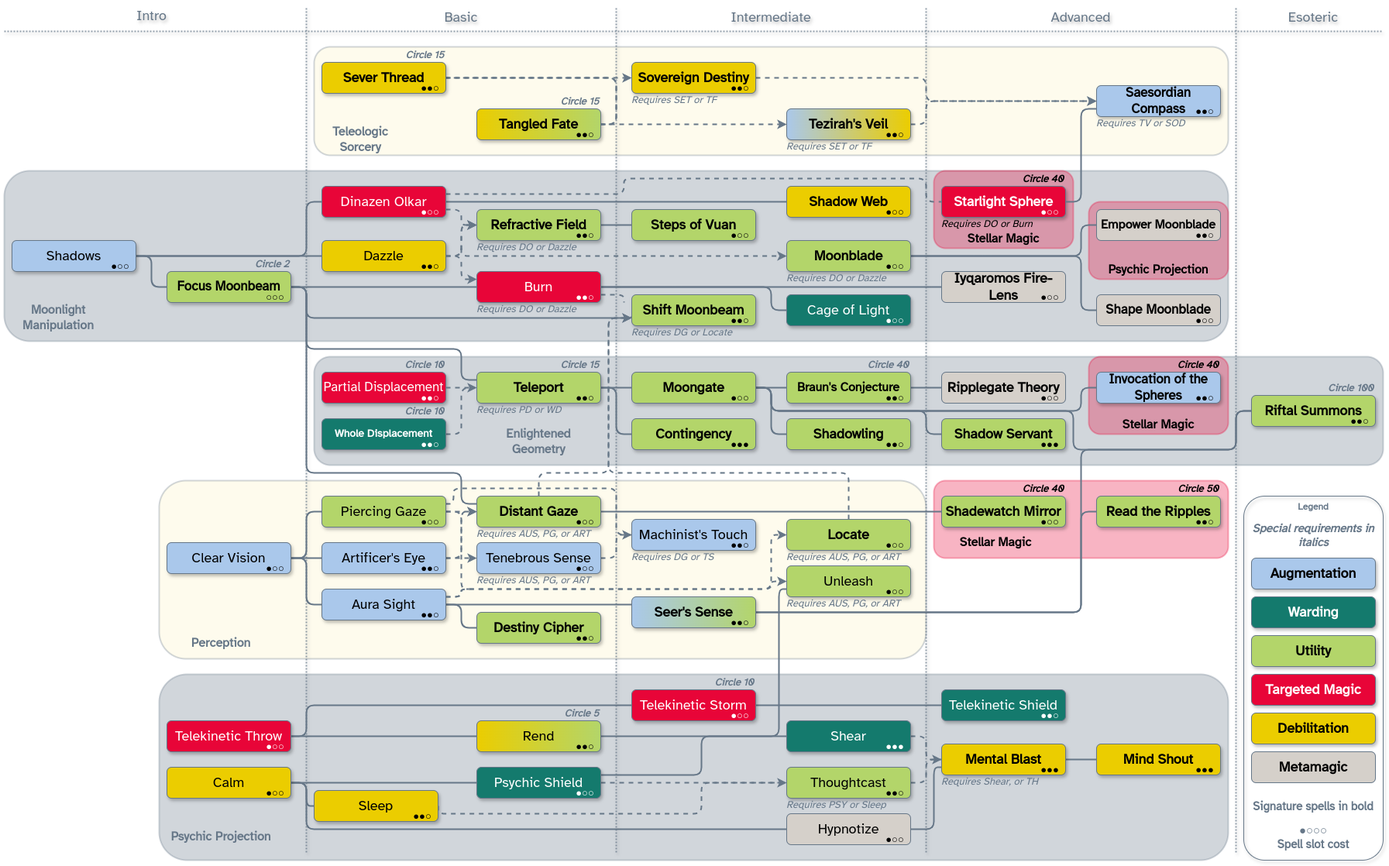
This is Moon Mage/Moon_Mage.png from MahtraDR/dr-spell-trees, a draw.io export, as it was before one commit. Source tidied: cells renumbered, new cells last; positions are measured from the earlier drawing's top-left corner, leaving out a move shared by most shapes.
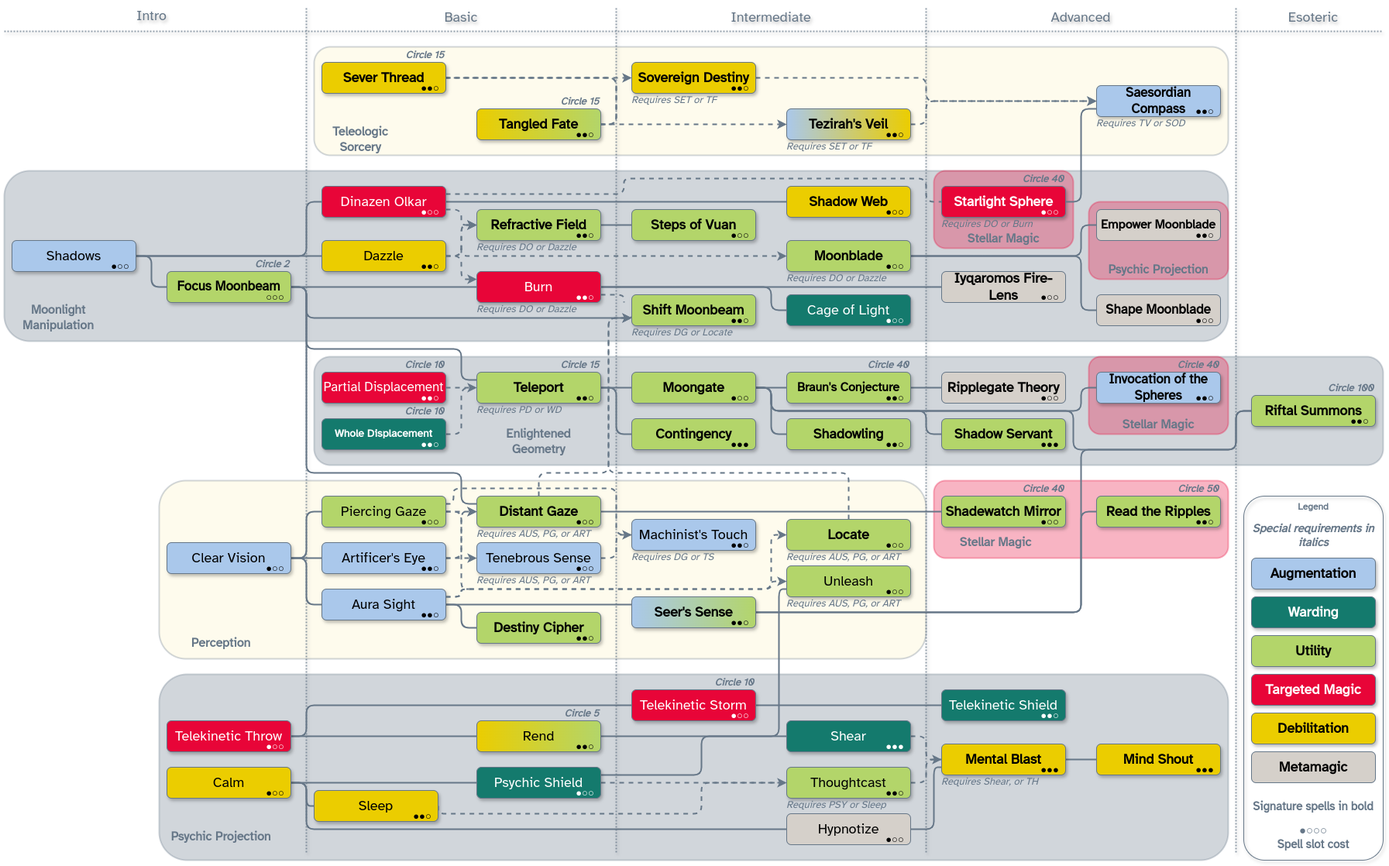
Later version of the same file.

The edit, as a diff of the source:
```diff
@@ -891,16 +891,16 @@
     <mxCell id="223" value="Circle 15" style="text;align=right;verticalAlign=bottom;strokeColor=none;fillColor=none;fontFamily=Atkinson Hyperlegible;fontSize=13;fontColor=#667788;labelBackgroundColor=none;fontStyle=3;fontSource=https%3A%2F%2Ffonts.googleapis.com%2Fcss%3Ffamily%3DAtkinson%2BHyperlegible;" parent="221" vertex="1">
       <mxGeometry x="700" y="110" width="70" height="30" as="geometry" />
     </mxCell>
-    <mxCell id="224" value="Circle 40" style="text;align=right;verticalAlign=bottom;strokeColor=none;fillColor=none;fontFamily=Atkinson Hyperlegible;fontSize=13;fontColor=#000000;labelBackgroundColor=none;fontStyle=3;fontSource=https%3A%2F%2Ffonts.googleapis.com%2Fcss%3Ffamily%3DAtkinson%2BHyperlegible;" parent="221" vertex="1">
+    <mxCell id="224" value="Circle 40" style="text;align=right;verticalAlign=bottom;strokeColor=none;fillColor=none;fontFamily=Atkinson Hyperlegible;fontSize=13;fontColor=#667788;labelBackgroundColor=none;fontStyle=3;fontSource=https%3A%2F%2Ffonts.googleapis.com%2Fcss%3Ffamily%3DAtkinson%2BHyperlegible;" parent="221" vertex="1">
       <mxGeometry x="1290" y="210" width="80" height="30" as="geometry" />
     </mxCell>
-    <mxCell id="225" value="Circle 40" style="text;align=right;verticalAlign=bottom;strokeColor=none;fillColor=none;fontFamily=Atkinson Hyperlegible;fontSize=13;fontColor=#000000;labelBackgroundColor=none;fontStyle=3;fontSource=https%3A%2F%2Ffonts.googleapis.com%2Fcss%3Ffamily%3DAtkinson%2BHyperlegible;" parent="221" vertex="1">
+    <mxCell id="225" value="Circle 40" style="text;align=right;verticalAlign=bottom;strokeColor=none;fillColor=none;fontFamily=Atkinson Hyperlegible;fontSize=13;fontColor=#667788;labelBackgroundColor=none;fontStyle=3;fontSource=https%3A%2F%2Ffonts.googleapis.com%2Fcss%3Ffamily%3DAtkinson%2BHyperlegible;" parent="221" vertex="1">
       <mxGeometry x="1490" y="450" width="80" height="30" as="geometry" />
     </mxCell>
-    <mxCell id="226" value="Circle 40" style="text;align=right;verticalAlign=bottom;strokeColor=none;fillColor=none;fontFamily=Atkinson Hyperlegible;fontSize=13;fontColor=#000000;labelBackgroundColor=none;fontStyle=3;fontSource=https%3A%2F%2Ffonts.googleapis.com%2Fcss%3Ffamily%3DAtkinson%2BHyperlegible;" parent="221" vertex="1">
+    <mxCell id="226" value="Circle 40" style="text;align=right;verticalAlign=bottom;strokeColor=none;fillColor=none;fontFamily=Atkinson Hyperlegible;fontSize=13;fontColor=#667788;labelBackgroundColor=none;fontStyle=3;fontSource=https%3A%2F%2Ffonts.googleapis.com%2Fcss%3Ffamily%3DAtkinson%2BHyperlegible;" parent="221" vertex="1">
       <mxGeometry x="1290" y="610" width="80" height="30" as="geometry" />
     </mxCell>
-    <mxCell id="227" value="Circle 50" style="text;align=right;verticalAlign=bottom;strokeColor=none;fillColor=none;fontFamily=Atkinson Hyperlegible;fontSize=13;fontColor=#000000;labelBackgroundColor=none;fontStyle=3;fontSource=https%3A%2F%2Ffonts.googleapis.com%2Fcss%3Ffamily%3DAtkinson%2BHyperlegible;" parent="221" vertex="1">
+    <mxCell id="227" value="Circle 50" style="text;align=right;verticalAlign=bottom;strokeColor=none;fillColor=none;fontFamily=Atkinson Hyperlegible;fontSize=13;fontColor=#667788;labelBackgroundColor=none;fontStyle=3;fontSource=https%3A%2F%2Ffonts.googleapis.com%2Fcss%3Ffamily%3DAtkinson%2BHyperlegible;" parent="221" vertex="1">
       <mxGeometry x="1490" y="610" width="80" height="30" as="geometry" />
     </mxCell>
     <mxCell id="228" value="Circle 100" style="text;align=right;verticalAlign=bottom;strokeColor=none;fillColor=none;fontFamily=Atkinson Hyperlegible;fontSize=13;fontColor=#667788;labelBackgroundColor=none;fontStyle=3;fontSource=https%3A%2F%2Ffonts.googleapis.com%2Fcss%3Ffamily%3DAtkinson%2BHyperlegible;" parent="221" vertex="1">
@@ -927,16 +927,16 @@
     <mxCell id="235" value="Circle 5" style="text;align=right;verticalAlign=bottom;strokeColor=none;fillColor=none;fontFamily=Atkinson Hyperlegible;fontSize=13;fontColor=#667788;labelBackgroundColor=none;fontStyle=3;fontSource=https%3A%2F%2Ffonts.googleapis.com%2Fcss%3Ffamily%3DAtkinson%2BHyperlegible;" parent="221" vertex="1">
       <mxGeometry x="700" y="900" width="70" height="30" as="geometry" />
     </mxCell>
-    <mxCell id="236" value="Stellar Magic" style="text;align=center;verticalAlign=bottom;whiteSpace=wrap;rounded=0;fontStyle=1;fontSize=16;fontFamily=Atkinson Hyperlegible;fontColor=#000000;strokeColor=none;fontSource=https%3A%2F%2Ffonts.googleapis.com%2Fcss%3Ffamily%3DAtkinson%2BHyperlegible;" parent="221" vertex="1">
+    <mxCell id="236" value="Stellar Magic" style="text;align=center;verticalAlign=bottom;whiteSpace=wrap;rounded=0;fontStyle=1;fontSize=16;fontFamily=Atkinson Hyperlegible;fontColor=#667788;strokeColor=none;fontSource=https%3A%2F%2Ffonts.googleapis.com%2Fcss%3Ffamily%3DAtkinson%2BHyperlegible;" parent="221" vertex="1">
       <mxGeometry x="1420" y="520" width="140" height="40" as="geometry" />
     </mxCell>
-    <mxCell id="237" value="Psychic Projection" style="text;align=center;verticalAlign=bottom;whiteSpace=wrap;rounded=0;fontStyle=1;fontSize=16;fontFamily=Atkinson Hyperlegible;fontColor=#000000;strokeColor=none;fontSource=https%3A%2F%2Ffonts.googleapis.com%2Fcss%3Ffamily%3DAtkinson%2BHyperlegible;" parent="221" vertex="1">
+    <mxCell id="237" value="Psychic Projection" style="text;align=center;verticalAlign=bottom;whiteSpace=wrap;rounded=0;fontStyle=1;fontSize=16;fontFamily=Atkinson Hyperlegible;fontColor=#667788;strokeColor=none;fontSource=https%3A%2F%2Ffonts.googleapis.com%2Fcss%3Ffamily%3DAtkinson%2BHyperlegible;" parent="221" vertex="1">
       <mxGeometry x="1420" y="320" width="140" height="40" as="geometry" />
     </mxCell>
-    <mxCell id="238" value="Stellar Magic" style="text;align=center;verticalAlign=bottom;whiteSpace=wrap;rounded=0;fontStyle=1;fontSize=16;fontFamily=Atkinson Hyperlegible;fontColor=#000000;strokeColor=none;fontSource=https%3A%2F%2Ffonts.googleapis.com%2Fcss%3Ffamily%3DAtkinson%2BHyperlegible;" parent="221" vertex="1">
+    <mxCell id="238" value="Stellar Magic" style="text;align=center;verticalAlign=bottom;whiteSpace=wrap;rounded=0;fontStyle=1;fontSize=16;fontFamily=Atkinson Hyperlegible;fontColor=#667788;strokeColor=none;fontSource=https%3A%2F%2Ffonts.googleapis.com%2Fcss%3Ffamily%3DAtkinson%2BHyperlegible;" parent="221" vertex="1">
       <mxGeometry x="1220" y="280" width="140" height="40" as="geometry" />
     </mxCell>
-    <mxCell id="239" value="Stellar Magic" style="text;align=center;verticalAlign=middle;whiteSpace=wrap;rounded=0;fontStyle=1;fontSize=16;fontFamily=Atkinson Hyperlegible;fontColor=#000000;strokeColor=none;fontSource=https%3A%2F%2Ffonts.googleapis.com%2Fcss%3Ffamily%3DAtkinson%2BHyperlegible;" parent="221" vertex="1">
+    <mxCell id="239" value="Stellar Magic" style="text;align=center;verticalAlign=middle;whiteSpace=wrap;rounded=0;fontStyle=1;fontSize=16;fontFamily=Atkinson Hyperlegible;fontColor=#667788;strokeColor=none;fontSource=https%3A%2F%2Ffonts.googleapis.com%2Fcss%3Ffamily%3DAtkinson%2BHyperlegible;" parent="221" vertex="1">
       <mxGeometry x="1210" y="680" width="140" height="40" as="geometry" />
     </mxCell>
     <mxCell id="240" value="Spell Pre-requisites text" parent="0" />
@@ -952,7 +952,7 @@
     <mxCell id="244" value="Requires DO or Dazzle" style="text;align=left;verticalAlign=top;strokeColor=none;fillColor=none;fontFamily=Atkinson Hyperlegible;fontSize=13;fontColor=#667788;labelBackgroundColor=none;spacing=0;spacingBottom=0;spacingTop=-4;fontStyle=2;fontSource=https%3A%2F%2Ffonts.googleapis.com%2Fcss%3Ffamily%3DAtkinson%2BHyperlegible;" parent="240" vertex="1">
       <mxGeometry x="1010" y="350" width="150" height="20" as="geometry" />
     </mxCell>
-    <mxCell id="245" value="Requires DO or Burn" style="text;align=left;verticalAlign=top;strokeColor=none;fillColor=none;fontFamily=Atkinson Hyperlegible;fontSize=13;fontColor=#000000;labelBackgroundColor=none;spacing=0;spacingBottom=0;spacingTop=-4;fontStyle=2;fontSource=https%3A%2F%2Ffonts.googleapis.com%2Fcss%3Ffamily%3DAtkinson%2BHyperlegible;" parent="240" vertex="1">
+    <mxCell id="245" value="Requires DO or Burn" style="text;align=left;verticalAlign=top;strokeColor=none;fillColor=none;fontFamily=Atkinson Hyperlegible;fontSize=13;fontColor=#667788;labelBackgroundColor=none;spacing=0;spacingBottom=0;spacingTop=-4;fontStyle=2;fontSource=https%3A%2F%2Ffonts.googleapis.com%2Fcss%3Ffamily%3DAtkinson%2BHyperlegible;" parent="240" vertex="1">
       <mxGeometry x="1210" y="280" width="140" height="20" as="geometry" />
     </mxCell>
     <mxCell id="246" value="Requires DO or Dazzle" style="text;align=left;verticalAlign=top;strokeColor=none;fillColor=none;fontFamily=Atkinson Hyperlegible;fontSize=13;fontColor=#667788;labelBackgroundColor=none;spacing=0;spacingBottom=0;spacingTop=-4;fontStyle=2;fontSource=https%3A%2F%2Ffonts.googleapis.com%2Fcss%3Ffamily%3DAtkinson%2BHyperlegible;" parent="240" vertex="1">
```
